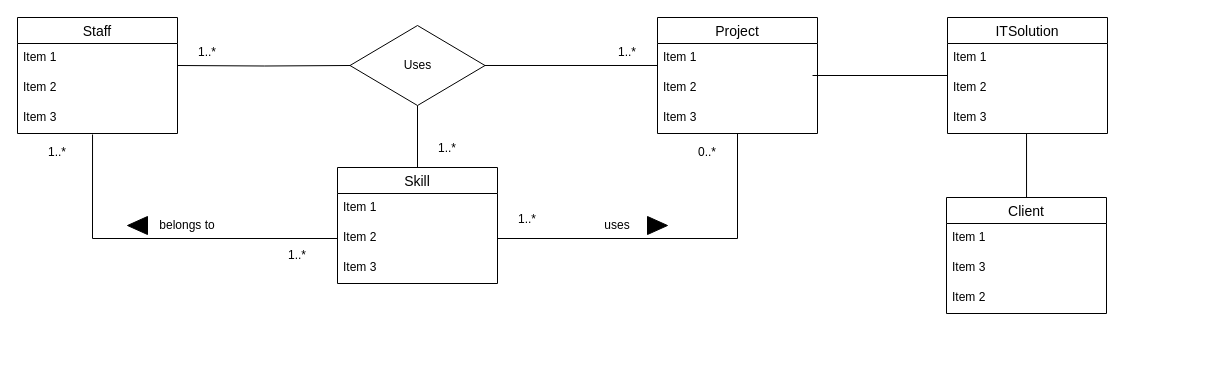
The draw.io diagram page "Page-2" (2 of 2) of Tutorial 2/Tutorial2_Exercise1.drawio in ChitharaKarunasekera/DatabaseSystemsTutorials, before the edit. Source tidied: cells renumbered, new cells numbered last; positions are measured from the earlier drawing's top-left corner, leaving out a move shared by most shapes. Both pictures are drawn from the tidied source at 100%, with x=0, y=0 at pixel (17, 17).
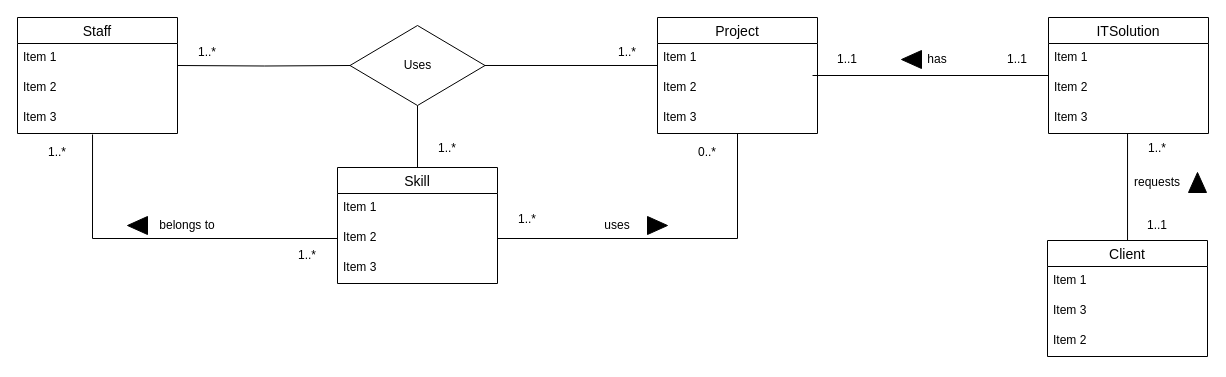
After the change.

Diff of the diagram source:
```diff
@@
     <mxCell id="21" value="ITSolution" style="swimlane;fontStyle=0;horizontal=1;startSize=26;align=center;fontSize=14;" parent="1" vertex="1">
-      <mxGeometry x="930" width="160" height="116" as="geometry" />
+      <mxGeometry x="1031" width="160" height="116" as="geometry" />
     </mxCell>
@@
     <mxCell id="26" value="Client" style="swimlane;fontStyle=0;horizontal=1;startSize=26;align=center;fontSize=14;" parent="1" vertex="1">
-      <mxGeometry x="929" y="180" width="160" height="116" as="geometry" />
+      <mxGeometry x="1030" y="223" width="160" height="116" as="geometry" />
     </mxCell>
@@
     <mxCell id="30" value="1..*" style="text;html=1;strokeColor=none;fillColor=none;align=center;verticalAlign=middle;whiteSpace=wrap;rounded=0;" parent="1" vertex="1">
-      <mxGeometry x="250" y="223" width="60" height="30" as="geometry" />
+      <mxGeometry x="260" y="223" width="60" height="30" as="geometry" />
     </mxCell>
@@
+    <mxCell id="41" value="has" style="text;html=1;strokeColor=none;fillColor=none;align=center;verticalAlign=middle;whiteSpace=wrap;rounded=0;" parent="1" vertex="1">
+      <mxGeometry x="890" y="27" width="60" height="30" as="geometry" />
+    </mxCell>
+    <mxCell id="42" style="triangle;whiteSpace=wrap;html=1;direction=west;fillColor=#000000;" parent="1" vertex="1">
+      <mxGeometry x="884" y="33" width="20" height="18" as="geometry" />
+    </mxCell>
+    <mxCell id="43" value="1..1" style="text;html=1;strokeColor=none;fillColor=none;align=center;verticalAlign=middle;whiteSpace=wrap;rounded=0;" parent="1" vertex="1">
+      <mxGeometry x="970" y="27" width="60" height="30" as="geometry" />
+    </mxCell>
+    <mxCell id="44" value="1..1" style="text;html=1;strokeColor=none;fillColor=none;align=center;verticalAlign=middle;whiteSpace=wrap;rounded=0;" parent="1" vertex="1">
+      <mxGeometry x="800" y="27" width="60" height="30" as="geometry" />
+    </mxCell>
+    <mxCell id="45" value="requests" style="text;html=1;strokeColor=none;fillColor=none;align=center;verticalAlign=middle;whiteSpace=wrap;rounded=0;" parent="1" vertex="1">
+      <mxGeometry x="1110" y="150" width="60" height="30" as="geometry" />
+    </mxCell>
+    <mxCell id="46" style="triangle;whiteSpace=wrap;html=1;direction=north;fillColor=#000000;" parent="1" vertex="1">
+      <mxGeometry x="1171" y="155" width="18" height="20" as="geometry" />
+    </mxCell>
+    <mxCell id="47" value="1..*" style="text;html=1;strokeColor=none;fillColor=none;align=center;verticalAlign=middle;whiteSpace=wrap;rounded=0;" parent="1" vertex="1">
+      <mxGeometry x="1110" y="116" width="60" height="30" as="geometry" />
+    </mxCell>
+    <mxCell id="48" value="1..1" style="text;html=1;strokeColor=none;fillColor=none;align=center;verticalAlign=middle;whiteSpace=wrap;rounded=0;" parent="1" vertex="1">
+      <mxGeometry x="1110" y="193" width="60" height="30" as="geometry" />
+    </mxCell>
```
